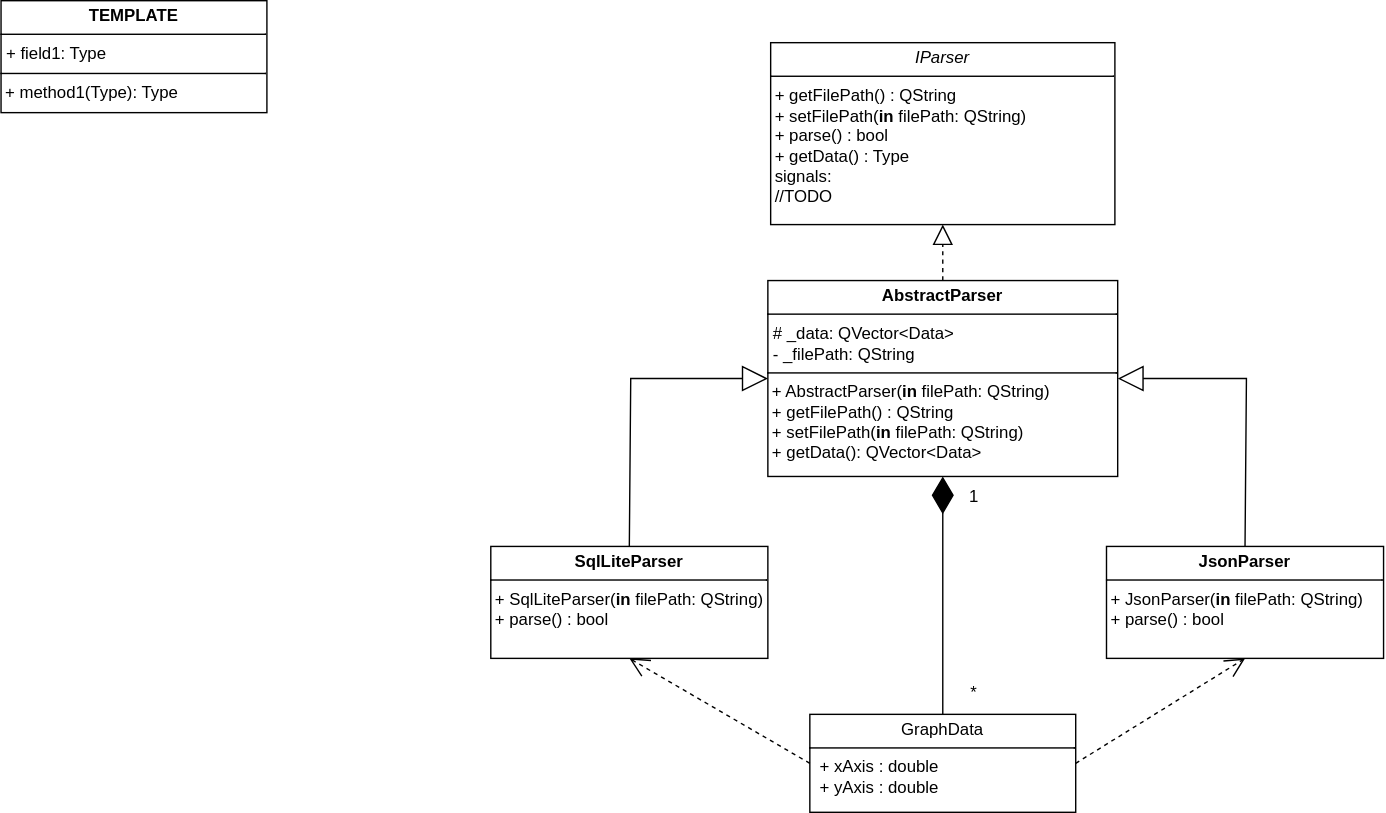
This is uml.svg from KVRTeJ/GraphPrinter, a draw.io export, as it was before one commit. Source tidied: cells renumbered, new cells last; positions are measured from the earlier drawing's top-left corner, leaving out a move shared by most shapes.
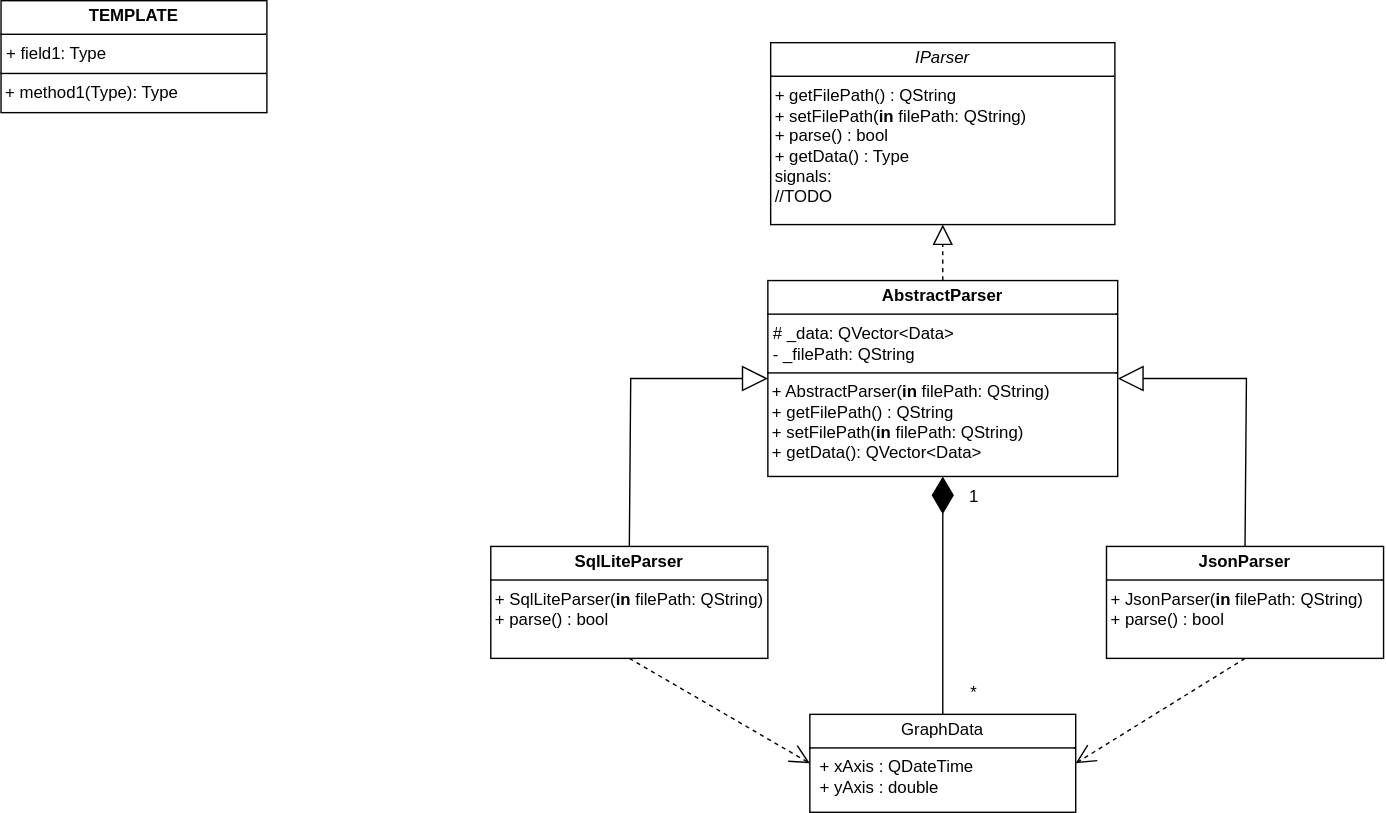
After the commit.

Commit message:
fix: исправил зависимости в uml

What changed in the source:
```diff
@@ -31,13 +31,13 @@
         </Array>
       </mxGeometry>
     </mxCell>
-    <mxCell id="9" value="&lt;p style=&quot;margin:0px;margin-top:4px;text-align:center;&quot;&gt;GraphData&lt;/p&gt;&lt;hr size=&quot;1&quot; style=&quot;border-style:solid;&quot;&gt;&lt;p style=&quot;margin:0px;margin-left:4px;&quot;&gt;&amp;nbsp;+ xAxis : double&lt;/p&gt;&lt;p style=&quot;margin:0px;margin-left:4px;&quot;&gt;&amp;nbsp;+ yAxis : double&lt;/p&gt;" style="verticalAlign=top;align=left;overflow=fill;html=1;whiteSpace=wrap;" parent="1" vertex="1">
+    <mxCell id="9" value="&lt;p style=&quot;margin:0px;margin-top:4px;text-align:center;&quot;&gt;GraphData&lt;/p&gt;&lt;hr size=&quot;1&quot; style=&quot;border-style:solid;&quot;&gt;&lt;p style=&quot;margin:0px;margin-left:4px;&quot;&gt;&amp;nbsp;+ xAxis : QDateTime&lt;/p&gt;&lt;p style=&quot;margin:0px;margin-left:4px;&quot;&gt;&amp;nbsp;+ yAxis : double&lt;/p&gt;" style="verticalAlign=top;align=left;overflow=fill;html=1;whiteSpace=wrap;" parent="1" vertex="1">
       <mxGeometry x="578" y="510" width="190" height="70" as="geometry" />
     </mxCell>
-    <mxCell id="10" style="endArrow=open;endSize=12;dashed=1;html=1;rounded=0;exitX=0;exitY=0.5;exitDx=0;exitDy=0;entryX=0.5;entryY=1;entryDx=0;entryDy=0;" parent="1" edge="1" source="9" target="5">
+    <mxCell id="10" style="endArrow=open;endSize=12;dashed=1;html=1;rounded=0;exitX=0.5;exitY=1;exitDx=0;exitDy=0;entryX=0;entryY=0.5;entryDx=0;entryDy=0;" parent="1" edge="1" source="5" target="9">
       <mxGeometry relative="1" as="geometry" />
     </mxCell>
-    <mxCell id="11" style="endArrow=open;endSize=12;dashed=1;html=1;rounded=0;exitX=1;exitY=0.5;exitDx=0;exitDy=0;entryX=0.5;entryY=1;entryDx=0;entryDy=0;" parent="1" edge="1" source="9" target="15">
+    <mxCell id="11" style="endArrow=open;endSize=12;dashed=1;html=1;rounded=0;entryX=1;entryY=0.5;entryDx=0;entryDy=0;exitX=0.5;exitY=1;exitDx=0;exitDy=0;" parent="1" edge="1" source="15" target="9">
       <mxGeometry relative="1" as="geometry" />
     </mxCell>
     <mxCell id="12" style="endArrow=diamondThin;endFill=1;endSize=24;html=1;rounded=0;exitX=0.5;exitY=0;exitDx=0;exitDy=0;entryX=0.5;entryY=1;entryDx=0;entryDy=0;" parent="1" edge="1" source="9" target="4">
```
